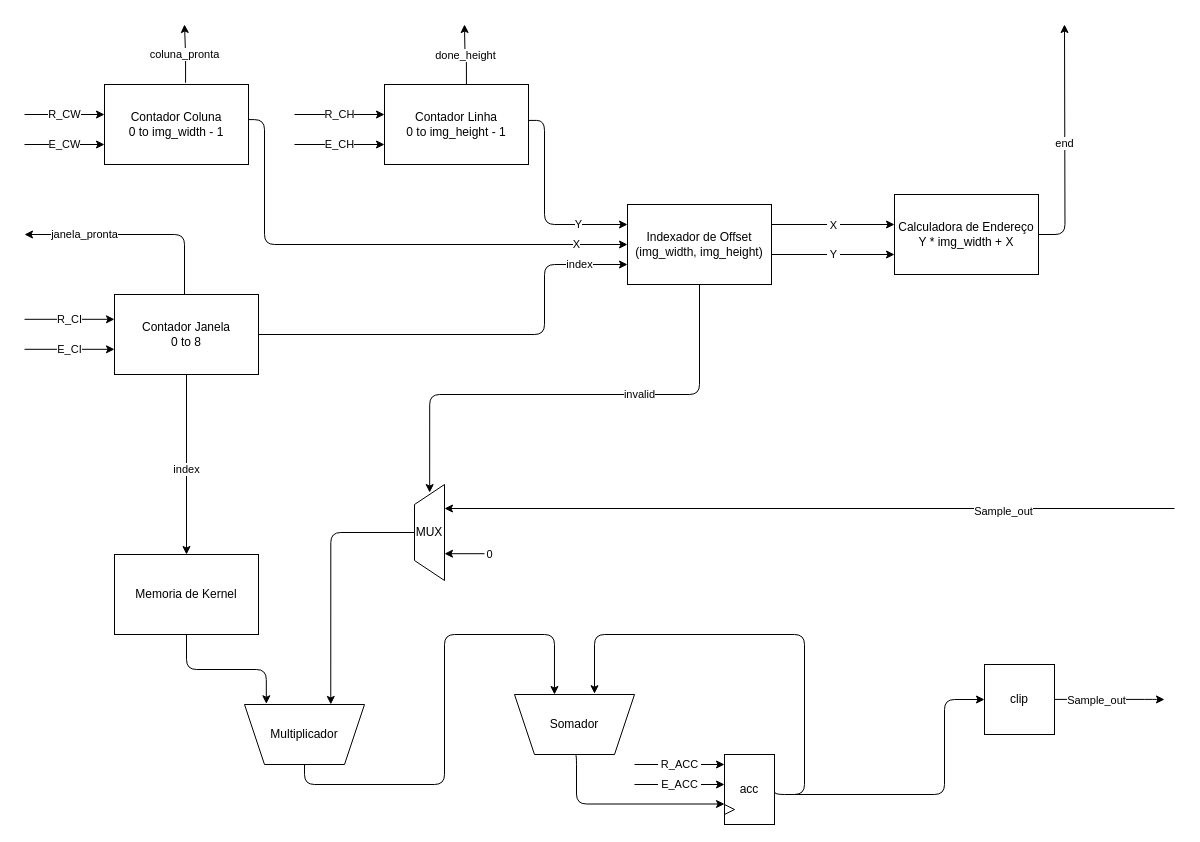
This is diagrams/datapath.drawio from nairel-git/convolution_module, a draw.io file, before an edit. Source tidied: cells renumbered, new cells numbered last; positions are measured from the earlier drawing's top-left corner, leaving out a move shared by most shapes. Both pictures are drawn from the tidied source at 100%, with x=0, y=0 at pixel (24, 24).
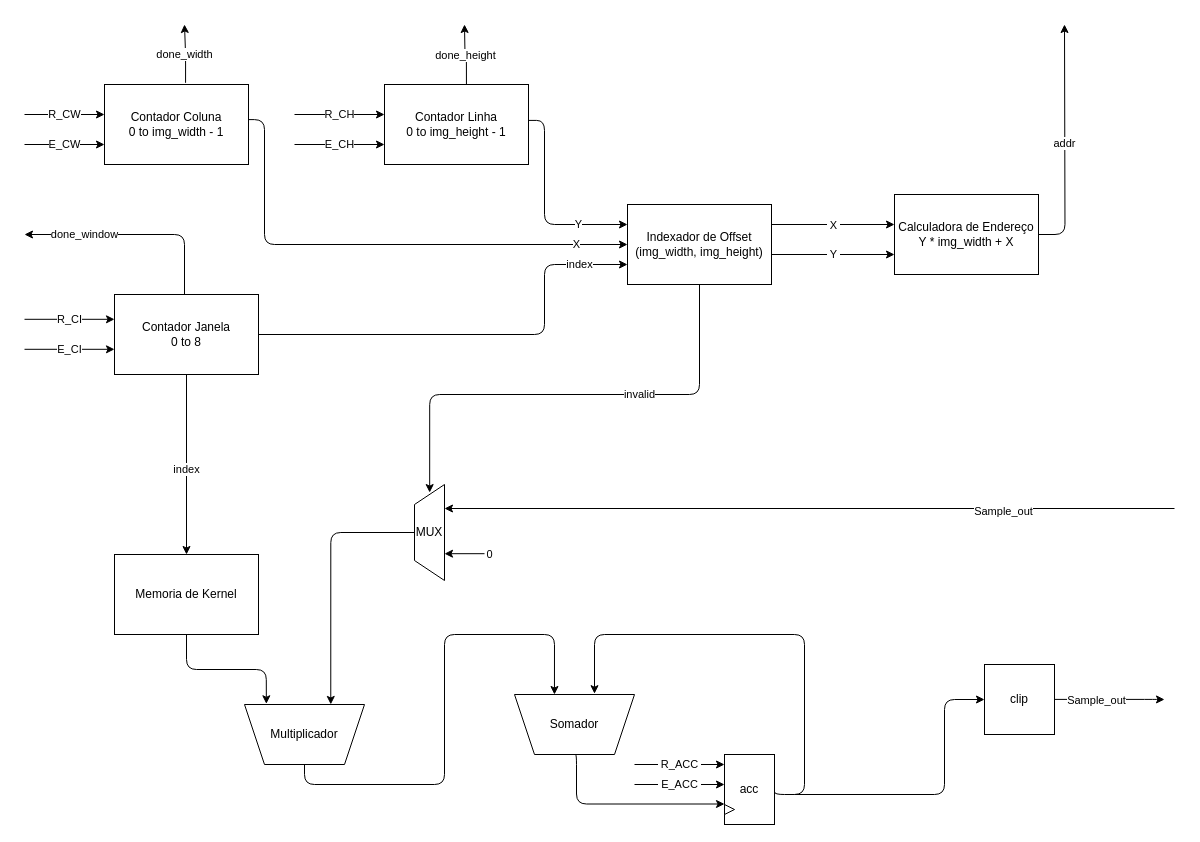
The same diagram, later.

The change refers to these unchanged cells:
```xml
<mxCell id="8" value="Calculadora de Endereço&lt;br&gt;&lt;div&gt;Y * img_width + X&lt;/div&gt;" style="rounded=0;whiteSpace=wrap;html=1;" parent="1" vertex="1">
  <mxGeometry x="870" y="170" width="144" height="80" as="geometry" />
</mxCell>
<mxCell id="13" value="Contador Janela&lt;br&gt;&lt;div&gt;0 to 8&lt;/div&gt;" style="rounded=0;whiteSpace=wrap;html=1;" parent="1" vertex="1">
  <mxGeometry x="90" y="270" width="144" height="80" as="geometry" />
</mxCell>
<mxCell id="15" value="Contador Coluna&lt;br&gt;&lt;div&gt;0 to img_width - 1&lt;/div&gt;" style="rounded=0;whiteSpace=wrap;html=1;" parent="1" vertex="1">
  <mxGeometry x="80" y="60" width="144" height="80" as="geometry" />
</mxCell>
```

What changed in the source:
```diff
@@
-    <mxCell id="7" value="&lt;font style=&quot;color: light-dark(rgb(0, 0, 0), rgb(0, 255, 0));&quot;&gt;end&lt;/font&gt;" style="edgeStyle=orthogonalEdgeStyle;html=1;" parent="1" edge="1" source="8">
+    <mxCell id="7" value="&lt;font style=&quot;color: light-dark(rgb(0, 0, 0), rgb(0, 255, 0));&quot;&gt;addr&lt;/font&gt;" style="edgeStyle=orthogonalEdgeStyle;html=1;" parent="1" edge="1" source="8">
       <mxGeometry relative="1" as="geometry">
         <mxPoint x="1040" as="targetPoint" />
       </mxGeometry>
     </mxCell>
@@
-    <mxCell id="12" value="&lt;font style=&quot;color: light-dark(rgb(0, 0, 0), rgb(255, 128, 0));&quot;&gt;janela_pronta&lt;/font&gt;" style="edgeStyle=orthogonalEdgeStyle;html=1;" parent="1" edge="1" source="13">
+    <mxCell id="12" value="&lt;font style=&quot;color: light-dark(rgb(0, 0, 0), rgb(255, 128, 0));&quot;&gt;done_window&lt;/font&gt;" style="edgeStyle=orthogonalEdgeStyle;html=1;" parent="1" edge="1" source="13">
       <mxGeometry x="0.45" relative="1" as="geometry">
         <mxPoint y="210" as="targetPoint" />
         <Array as="points">
           <mxPoint x="160" y="210" />
         </Array>
       </mxGeometry>
     </mxCell>
@@
-    <mxCell id="14" value="&lt;font style=&quot;color: light-dark(rgb(0, 0, 0), rgb(255, 128, 0));&quot;&gt;coluna_pronta&lt;/font&gt;" style="edgeStyle=orthogonalEdgeStyle;html=1;exitX=0.563;exitY=-0.021;exitDx=0;exitDy=0;exitPerimeter=0;" parent="1" edge="1" source="15">
+    <mxCell id="14" value="&lt;font style=&quot;color: light-dark(rgb(0, 0, 0), rgb(255, 128, 0));&quot;&gt;done_width&lt;/font&gt;" style="edgeStyle=orthogonalEdgeStyle;html=1;exitX=0.563;exitY=-0.021;exitDx=0;exitDy=0;exitPerimeter=0;" parent="1" edge="1" source="15">
       <mxGeometry relative="1" as="geometry">
         <mxPoint x="160" as="targetPoint" />
       </mxGeometry>
     </mxCell>
```
